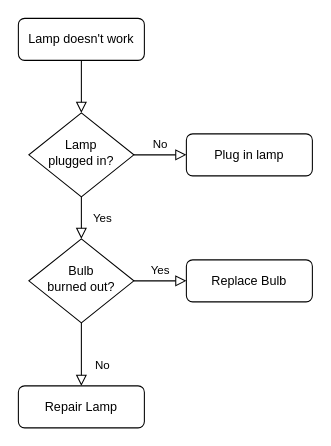
HubPzhou/TestDemoRepository keeps this draw.io diagram as Untitled Diagram.drawio. Above is the earlier version. Source tidied: cells renumbered, new cells numbered last; positions are measured from the earlier drawing's top-left corner, leaving out a move shared by most shapes. Both pictures are drawn from the tidied source at 105%, with x=0, y=0 at pixel (18, 18).
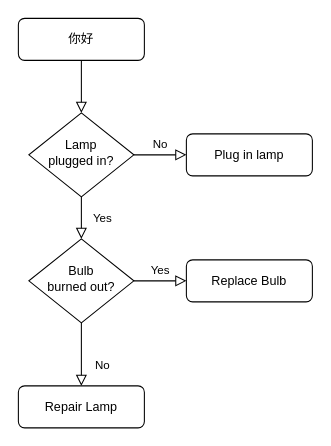
Above is the later version.

Change to the diagram source:
```diff
@@
 <mxGraphModel>
   <root>
     <mxCell id="0" />
     <mxCell id="1" parent="0" />
     <mxCell id="2" style="rounded=0;html=1;jettySize=auto;fontSize=11;endArrow=block;endFill=0;endSize=8;strokeWidth=1;shadow=0;labelBackgroundColor=none;edgeStyle=orthogonalEdgeStyle;" parent="1" edge="1" source="3" target="6">
       <mxGeometry relative="1" as="geometry" />
     </mxCell>
-    <mxCell id="3" value="Lamp doesn't work" style="rounded=1;whiteSpace=wrap;html=1;fontSize=12;glass=0;strokeWidth=1;shadow=0;" parent="1" vertex="1">
+    <mxCell id="3" value="你好" style="rounded=1;whiteSpace=wrap;html=1;fontSize=12;glass=0;strokeWidth=1;shadow=0;" parent="1" vertex="1">
       <mxGeometry width="120" height="40" as="geometry" />
     </mxCell>
     <mxCell id="4" value="Yes" style="rounded=0;html=1;jettySize=auto;fontSize=11;endArrow=block;endFill=0;endSize=8;strokeWidth=1;shadow=0;labelBackgroundColor=none;edgeStyle=orthogonalEdgeStyle;" parent="1" edge="1" source="6" target="10">
       <mxGeometry y="20" relative="1" as="geometry" />
     </mxCell>
     <mxCell id="5" value="No" style="edgeStyle=orthogonalEdgeStyle;rounded=0;html=1;jettySize=auto;fontSize=11;endArrow=block;endFill=0;endSize=8;strokeWidth=1;shadow=0;labelBackgroundColor=none;" parent="1" edge="1" source="6" target="7">
       <mxGeometry y="10" relative="1" as="geometry" />
     </mxCell>
     <mxCell id="6" value="Lamp&lt;br&gt;plugged in?" style="rhombus;whiteSpace=wrap;html=1;shadow=0;fontFamily=Helvetica;fontSize=12;align=center;strokeWidth=1;spacing=6;spacingTop=-4;" parent="1" vertex="1">
       <mxGeometry x="10" y="90" width="100" height="80" as="geometry" />
     </mxCell>
     <mxCell id="7" value="Plug in lamp" style="rounded=1;whiteSpace=wrap;html=1;fontSize=12;glass=0;strokeWidth=1;shadow=0;" parent="1" vertex="1">
       <mxGeometry x="160" y="110" width="120" height="40" as="geometry" />
     </mxCell>
     <mxCell id="8" value="No" style="rounded=0;html=1;jettySize=auto;fontSize=11;endArrow=block;endFill=0;endSize=8;strokeWidth=1;shadow=0;labelBackgroundColor=none;edgeStyle=orthogonalEdgeStyle;" parent="1" edge="1" source="10" target="11">
       <mxGeometry x="0.33" y="20" relative="1" as="geometry" />
     </mxCell>
     <mxCell id="9" value="Yes" style="edgeStyle=orthogonalEdgeStyle;rounded=0;html=1;jettySize=auto;fontSize=11;endArrow=block;endFill=0;endSize=8;strokeWidth=1;shadow=0;labelBackgroundColor=none;" parent="1" edge="1" source="10" target="12">
       <mxGeometry y="10" relative="1" as="geometry" />
     </mxCell>
     <mxCell id="10" value="Bulb&lt;br&gt;burned out?" style="rhombus;whiteSpace=wrap;html=1;shadow=0;fontFamily=Helvetica;fontSize=12;align=center;strokeWidth=1;spacing=6;spacingTop=-4;" parent="1" vertex="1">
       <mxGeometry x="10" y="210" width="100" height="80" as="geometry" />
     </mxCell>
     <mxCell id="11" value="Repair Lamp" style="rounded=1;whiteSpace=wrap;html=1;fontSize=12;glass=0;strokeWidth=1;shadow=0;" parent="1" vertex="1">
       <mxGeometry y="350" width="120" height="40" as="geometry" />
     </mxCell>
     <mxCell id="12" value="Replace Bulb" style="rounded=1;whiteSpace=wrap;html=1;fontSize=12;glass=0;strokeWidth=1;shadow=0;" parent="1" vertex="1">
       <mxGeometry x="160" y="230" width="120" height="40" as="geometry" />
     </mxCell>
   </root>
 </mxGraphModel>
```
